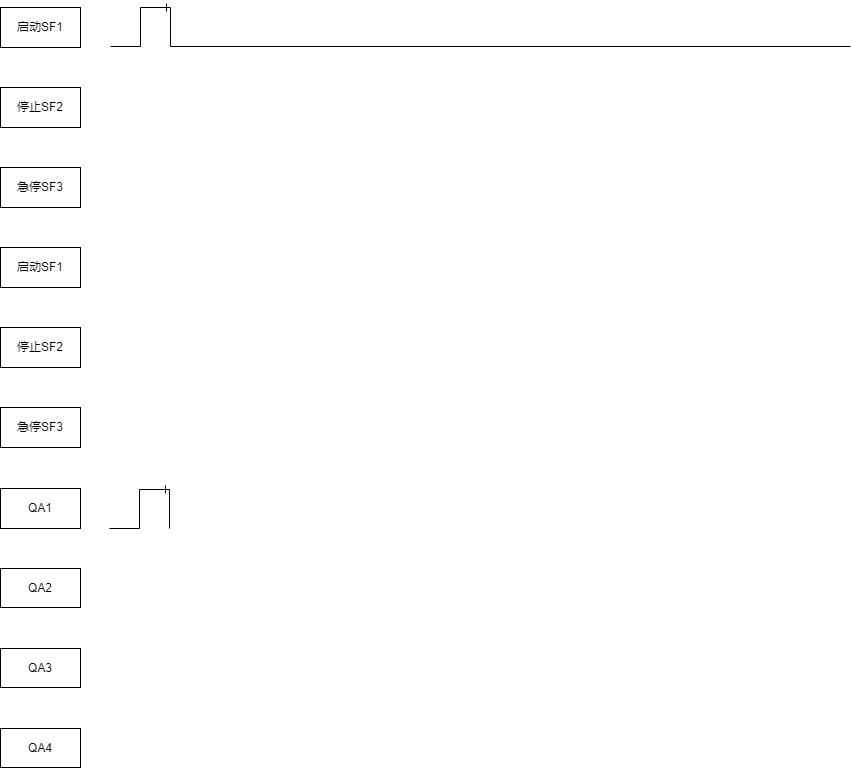
Earlier version of the draw.io export timedia.drawio.png (mj-allk/mjalk). Source tidied: cells renumbered, new cells last; positions are measured from the earlier drawing's top-left corner, leaving out a move shared by most shapes.
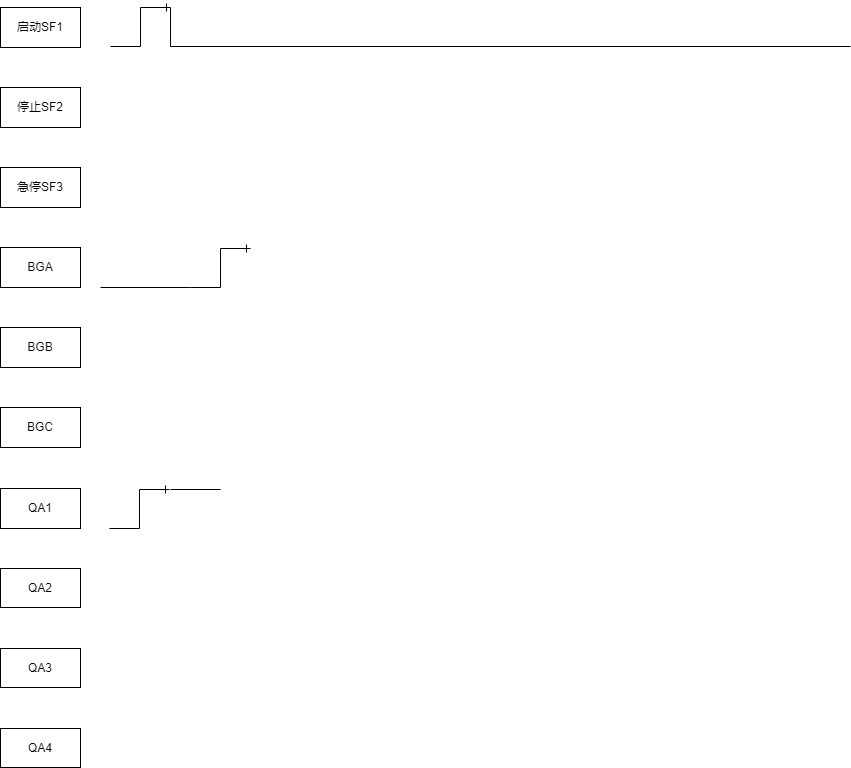
Above is the later version.

Change to the diagram source:
```diff
@@ -35,13 +35,13 @@
     <mxCell id="10" value="QA4" style="rounded=0;whiteSpace=wrap;html=1;" parent="1" vertex="1">
       <mxGeometry y="721" width="80" height="39" as="geometry" />
     </mxCell>
-    <mxCell id="11" value="启动SF1" style="rounded=0;whiteSpace=wrap;html=1;" parent="1" vertex="1">
+    <mxCell id="11" value="BGA" style="rounded=0;whiteSpace=wrap;html=1;" parent="1" vertex="1">
       <mxGeometry y="240" width="80" height="40" as="geometry" />
     </mxCell>
-    <mxCell id="12" value="停止SF2" style="rounded=0;whiteSpace=wrap;html=1;" parent="1" vertex="1">
+    <mxCell id="12" value="BGB" style="rounded=0;whiteSpace=wrap;html=1;" parent="1" vertex="1">
       <mxGeometry y="320" width="80" height="40" as="geometry" />
     </mxCell>
-    <mxCell id="13" value="急停SF3" style="rounded=0;whiteSpace=wrap;html=1;" parent="1" vertex="1">
+    <mxCell id="13" value="BGC" style="rounded=0;whiteSpace=wrap;html=1;" parent="1" vertex="1">
       <mxGeometry y="400" width="80" height="40" as="geometry" />
     </mxCell>
     <mxCell id="14" style="line;strokeWidth=1;dashed=0;labelPosition=right;align=left;verticalAlign=middle;spacingTop=0;spacingLeft=6;" parent="1" vertex="1">
@@ -53,11 +53,23 @@
         <mxPoint x="169" y="482" as="targetPoint" />
       </mxGeometry>
     </mxCell>
-    <mxCell id="16" style="endArrow=none;html=1;rounded=0;" parent="1" edge="1">
-      <mxGeometry relative="1" as="geometry">
-        <mxPoint x="169" y="521" as="sourcePoint" />
-        <mxPoint x="169" y="482" as="targetPoint" />
-      </mxGeometry>
-    </mxCell>
+    <mxCell id="17" style="endArrow=none;html=1;rounded=0;" parent="1" edge="1">
+      <mxGeometry relative="1" as="geometry">
+        <mxPoint x="170" y="482" as="sourcePoint" />
+        <mxPoint x="220" y="482" as="targetPoint" />
+      </mxGeometry>
+    </mxCell>
+    <mxCell id="18" style="endArrow=none;html=1;rounded=0;" parent="1" edge="1">
+      <mxGeometry relative="1" as="geometry">
+        <mxPoint x="100" y="280" as="sourcePoint" />
+        <mxPoint x="190" y="280" as="targetPoint" />
+      </mxGeometry>
+    </mxCell>
+    <mxCell id="19" style="edgeStyle=entityRelationEdgeStyle;fontSize=12;html=1;endArrow=ERone;endFill=1;rounded=0;" parent="1" edge="1">
+      <mxGeometry relative="1" as="geometry">
+        <mxPoint x="190" y="280" as="sourcePoint" />
+        <mxPoint x="250" y="241" as="targetPoint" />
+      </mxGeometry>
+    </mxCell>
   </root>
 </mxGraphModel>
```
